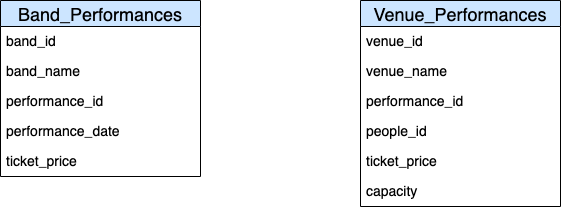
Before: images/DataProducts.png, a diagram exported from draw.io (chipzx92/DataEngineeringI320). Source tidied: cells renumbered, new cells last; positions are measured from the earlier drawing's top-left corner, leaving out a move shared by most shapes. Source of this version:
```xml
<mxGraphModel>
  <root>
    <mxCell id="0" />
    <mxCell id="1" parent="0" />
    <mxCell id="2" value="Band_Performances" style="swimlane;fontStyle=0;horizontal=1;startSize=26;align=center;fontSize=18;fillColor=#CCE5FF;" parent="1" vertex="1">
      <mxGeometry width="200" height="176" as="geometry" />
    </mxCell>
    <mxCell id="3" value="band_id" style="text;strokeColor=none;fillColor=none;spacingLeft=4;spacingRight=4;overflow=hidden;fontSize=14;" parent="2" vertex="1">
      <mxGeometry y="26" width="200" height="30" as="geometry" />
    </mxCell>
    <mxCell id="4" value="band_name" style="text;strokeColor=none;fillColor=none;spacingLeft=4;spacingRight=4;overflow=hidden;fontSize=14;" parent="2" vertex="1">
      <mxGeometry y="56" width="200" height="30" as="geometry" />
    </mxCell>
    <mxCell id="5" value="performance_id" style="text;strokeColor=none;fillColor=none;spacingLeft=4;spacingRight=4;overflow=hidden;fontSize=14;" parent="2" vertex="1">
      <mxGeometry y="86" width="200" height="30" as="geometry" />
    </mxCell>
    <mxCell id="6" value="performance_date" style="text;strokeColor=none;fillColor=none;spacingLeft=4;spacingRight=4;overflow=hidden;fontSize=14;" parent="2" vertex="1">
      <mxGeometry y="116" width="200" height="30" as="geometry" />
    </mxCell>
    <mxCell id="7" value="ticket_price" style="text;strokeColor=none;fillColor=none;spacingLeft=4;spacingRight=4;overflow=hidden;fontSize=14;" parent="2" vertex="1">
      <mxGeometry y="146" width="200" height="30" as="geometry" />
    </mxCell>
    <mxCell id="8" value="Venue_Performances" style="swimlane;fontStyle=0;horizontal=1;startSize=26;align=center;fontSize=18;fillColor=#CCE5FF;" parent="1" vertex="1">
      <mxGeometry x="360" width="200" height="206" as="geometry" />
    </mxCell>
    <mxCell id="9" value="venue_id" style="text;strokeColor=none;fillColor=none;spacingLeft=4;spacingRight=4;overflow=hidden;fontSize=14;" parent="8" vertex="1">
      <mxGeometry y="26" width="200" height="30" as="geometry" />
    </mxCell>
    <mxCell id="10" value="venue_name" style="text;strokeColor=none;fillColor=none;spacingLeft=4;spacingRight=4;overflow=hidden;fontSize=14;" parent="8" vertex="1">
      <mxGeometry y="56" width="200" height="30" as="geometry" />
    </mxCell>
    <mxCell id="11" value="performance_id" style="text;strokeColor=none;fillColor=none;spacingLeft=4;spacingRight=4;overflow=hidden;fontSize=14;" parent="8" vertex="1">
      <mxGeometry y="86" width="200" height="30" as="geometry" />
    </mxCell>
    <mxCell id="12" value="people_id" style="text;strokeColor=none;fillColor=none;spacingLeft=4;spacingRight=4;overflow=hidden;fontSize=14;" parent="8" vertex="1">
      <mxGeometry y="116" width="200" height="30" as="geometry" />
    </mxCell>
    <mxCell id="13" value="ticket_price" style="text;strokeColor=none;fillColor=none;spacingLeft=4;spacingRight=4;overflow=hidden;fontSize=14;" parent="8" vertex="1">
      <mxGeometry y="146" width="200" height="30" as="geometry" />
    </mxCell>
    <mxCell id="14" value="capacity" style="text;strokeColor=none;fillColor=none;spacingLeft=4;spacingRight=4;overflow=hidden;fontSize=14;" parent="8" vertex="1">
      <mxGeometry y="176" width="200" height="30" as="geometry" />
    </mxCell>
  </root>
</mxGraphModel>
```
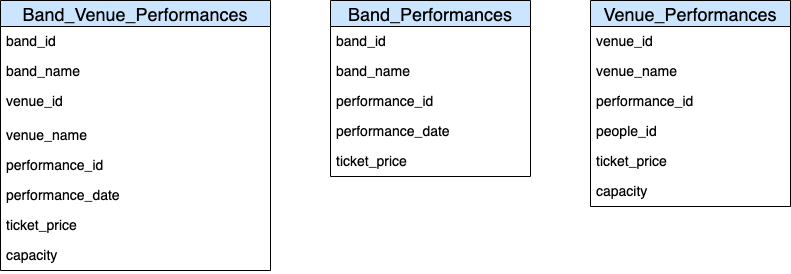
The same file after the commit.

What changed in the source:
```diff
@@ -3,7 +3,7 @@
     <mxCell id="0" />
     <mxCell id="1" parent="0" />
     <mxCell id="2" value="Band_Performances" style="swimlane;fontStyle=0;horizontal=1;startSize=26;align=center;fontSize=18;fillColor=#CCE5FF;" parent="1" vertex="1">
-      <mxGeometry width="200" height="176" as="geometry" />
+      <mxGeometry x="230" y="-20" width="200" height="176" as="geometry" />
     </mxCell>
     <mxCell id="3" value="band_id" style="text;strokeColor=none;fillColor=none;spacingLeft=4;spacingRight=4;overflow=hidden;fontSize=14;" parent="2" vertex="1">
       <mxGeometry y="26" width="200" height="30" as="geometry" />
@@ -21,7 +21,7 @@
       <mxGeometry y="146" width="200" height="30" as="geometry" />
     </mxCell>
     <mxCell id="8" value="Venue_Performances" style="swimlane;fontStyle=0;horizontal=1;startSize=26;align=center;fontSize=18;fillColor=#CCE5FF;" parent="1" vertex="1">
-      <mxGeometry x="360" width="200" height="206" as="geometry" />
+      <mxGeometry x="490" y="-20" width="200" height="206" as="geometry" />
     </mxCell>
     <mxCell id="9" value="venue_id" style="text;strokeColor=none;fillColor=none;spacingLeft=4;spacingRight=4;overflow=hidden;fontSize=14;" parent="8" vertex="1">
       <mxGeometry y="26" width="200" height="30" as="geometry" />
@@ -41,5 +41,32 @@
     <mxCell id="14" value="capacity" style="text;strokeColor=none;fillColor=none;spacingLeft=4;spacingRight=4;overflow=hidden;fontSize=14;" parent="8" vertex="1">
       <mxGeometry y="176" width="200" height="30" as="geometry" />
     </mxCell>
+    <mxCell id="15" value="Band_Venue_Performances" style="swimlane;fontStyle=0;horizontal=1;startSize=26;align=center;fontSize=18;fillColor=#CCE5FF;" parent="1" vertex="1">
+      <mxGeometry x="-100" y="-20" width="270" height="270" as="geometry" />
+    </mxCell>
+    <mxCell id="16" value="band_id" style="text;strokeColor=none;fillColor=none;spacingLeft=4;spacingRight=4;overflow=hidden;fontSize=14;" parent="15" vertex="1">
+      <mxGeometry y="26" width="270" height="30" as="geometry" />
+    </mxCell>
+    <mxCell id="17" value="band_name" style="text;strokeColor=none;fillColor=none;spacingLeft=4;spacingRight=4;overflow=hidden;fontSize=14;" parent="15" vertex="1">
+      <mxGeometry y="56" width="270" height="30" as="geometry" />
+    </mxCell>
+    <mxCell id="18" value="venue_id" style="text;strokeColor=none;fillColor=none;spacingLeft=4;spacingRight=4;overflow=hidden;fontSize=14;" parent="15" vertex="1">
+      <mxGeometry y="86" width="270" height="34" as="geometry" />
+    </mxCell>
+    <mxCell id="19" value="venue_name" style="text;strokeColor=none;fillColor=none;spacingLeft=4;spacingRight=4;overflow=hidden;fontSize=14;" parent="15" vertex="1">
+      <mxGeometry y="120" width="270" height="30" as="geometry" />
+    </mxCell>
+    <mxCell id="20" value="performance_id" style="text;strokeColor=none;fillColor=none;spacingLeft=4;spacingRight=4;overflow=hidden;fontSize=14;" parent="15" vertex="1">
+      <mxGeometry y="150" width="270" height="30" as="geometry" />
+    </mxCell>
+    <mxCell id="21" value="performance_date" style="text;strokeColor=none;fillColor=none;spacingLeft=4;spacingRight=4;overflow=hidden;fontSize=14;" parent="15" vertex="1">
+      <mxGeometry y="180" width="270" height="30" as="geometry" />
+    </mxCell>
+    <mxCell id="22" value="ticket_price" style="text;strokeColor=none;fillColor=none;spacingLeft=4;spacingRight=4;overflow=hidden;fontSize=14;" parent="15" vertex="1">
+      <mxGeometry y="210" width="270" height="30" as="geometry" />
+    </mxCell>
+    <mxCell id="23" value="capacity" style="text;strokeColor=none;fillColor=none;spacingLeft=4;spacingRight=4;overflow=hidden;fontSize=14;" parent="15" vertex="1">
+      <mxGeometry y="240" width="270" height="30" as="geometry" />
+    </mxCell>
   </root>
 </mxGraphModel>
```
